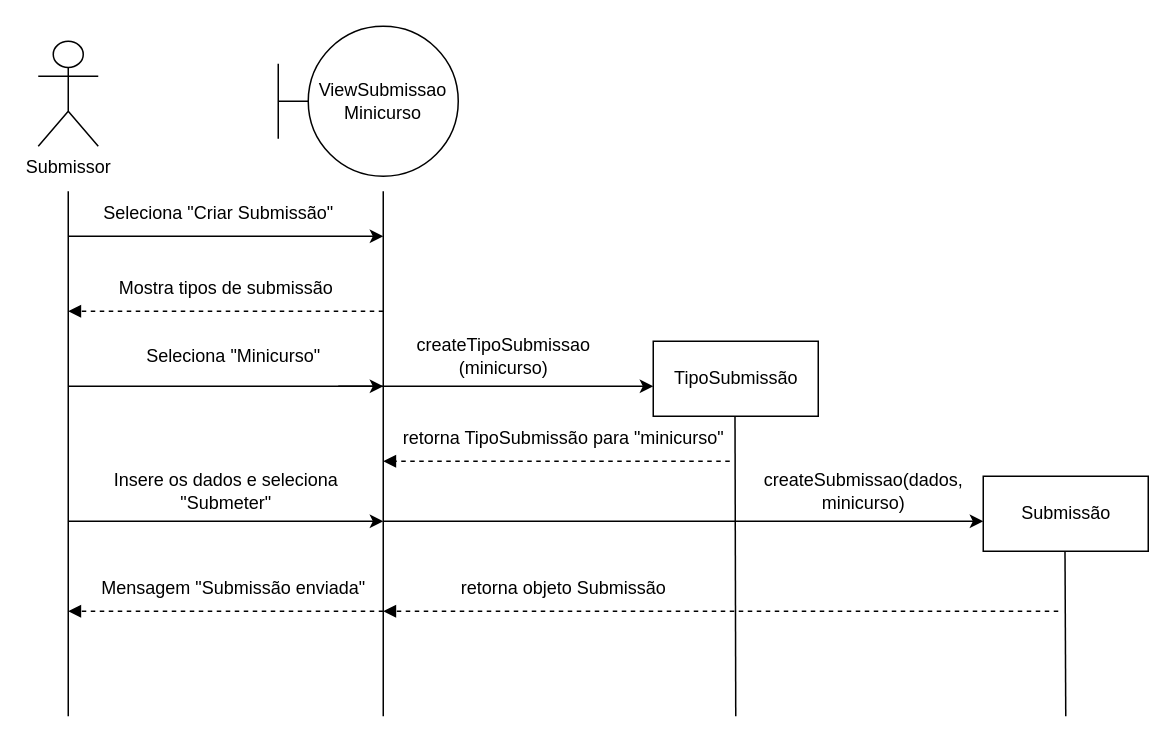
Earlier version of the draw.io diagram Enviar submissão ao congresso do tipo minicurso.drawio (AngryBeanTrevota/git_test). Source tidied: cells renumbered, new cells numbered last; positions are measured from the earlier drawing's top-left corner, leaving out a move shared by most shapes. Both pictures are drawn from the tidied source at 150%, with x=0, y=0 at pixel (38, 26).
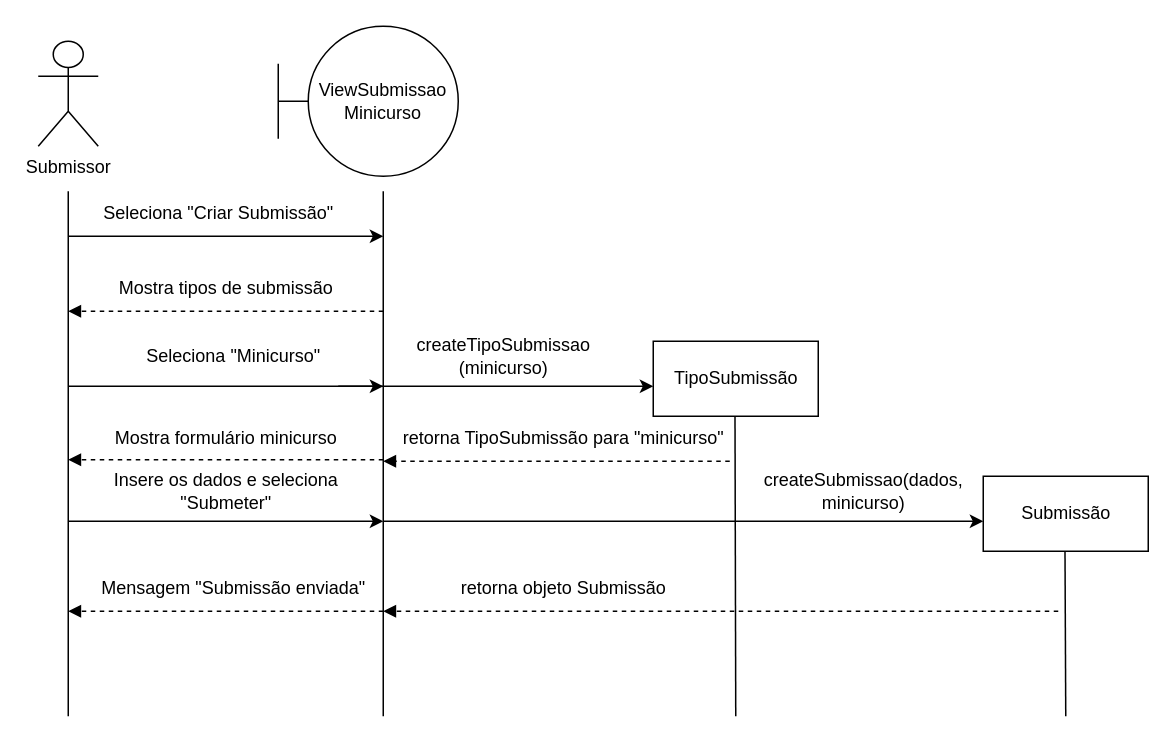
The same diagram, later.

Change to the diagram source:
```diff
@@
+    <mxCell id="28" style="html=1;verticalAlign=bottom;labelBackgroundColor=none;endArrow=block;endFill=1;dashed=1;rounded=0;" parent="1" edge="1">
+      <mxGeometry relative="1" as="geometry">
+        <mxPoint x="230" y="289" as="sourcePoint" />
+        <mxPoint x="20" y="289" as="targetPoint" />
+      </mxGeometry>
+    </mxCell>
+    <mxCell id="29" value="Mostra formulário minicurso" style="text;html=1;align=center;verticalAlign=middle;strokeColor=none;fillColor=none;" parent="1" vertex="1">
+      <mxGeometry x="40" y="260" width="170" height="30" as="geometry" />
+    </mxCell>
```
